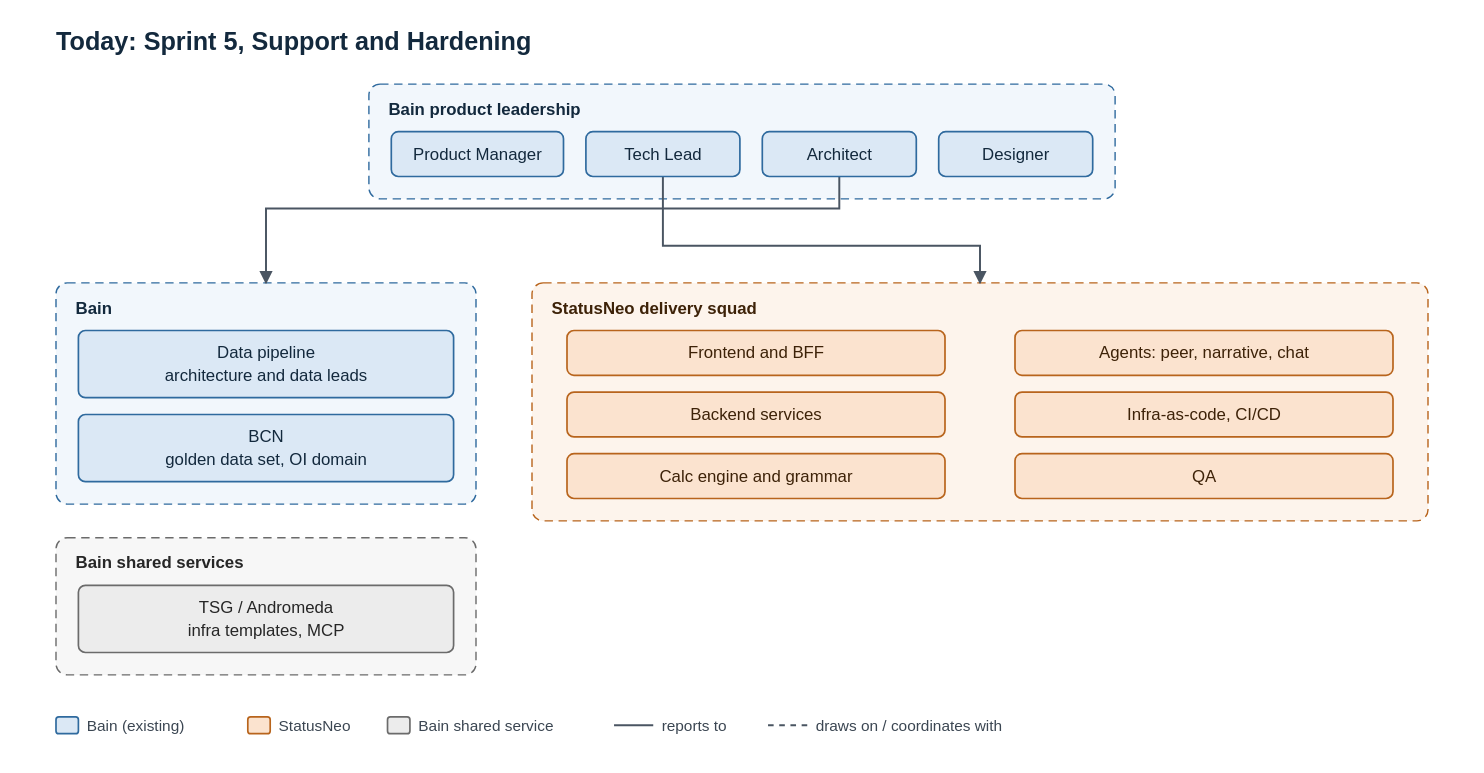
Before: context/post-gls-team-structure/diagrams/01-today.drawio.svg, a diagram exported from draw.io (deanwang-bain/OC-TL). Source tidied: cells renumbered, new cells last; positions are measured from the earlier drawing's top-left corner, leaving out a move shared by most shapes.
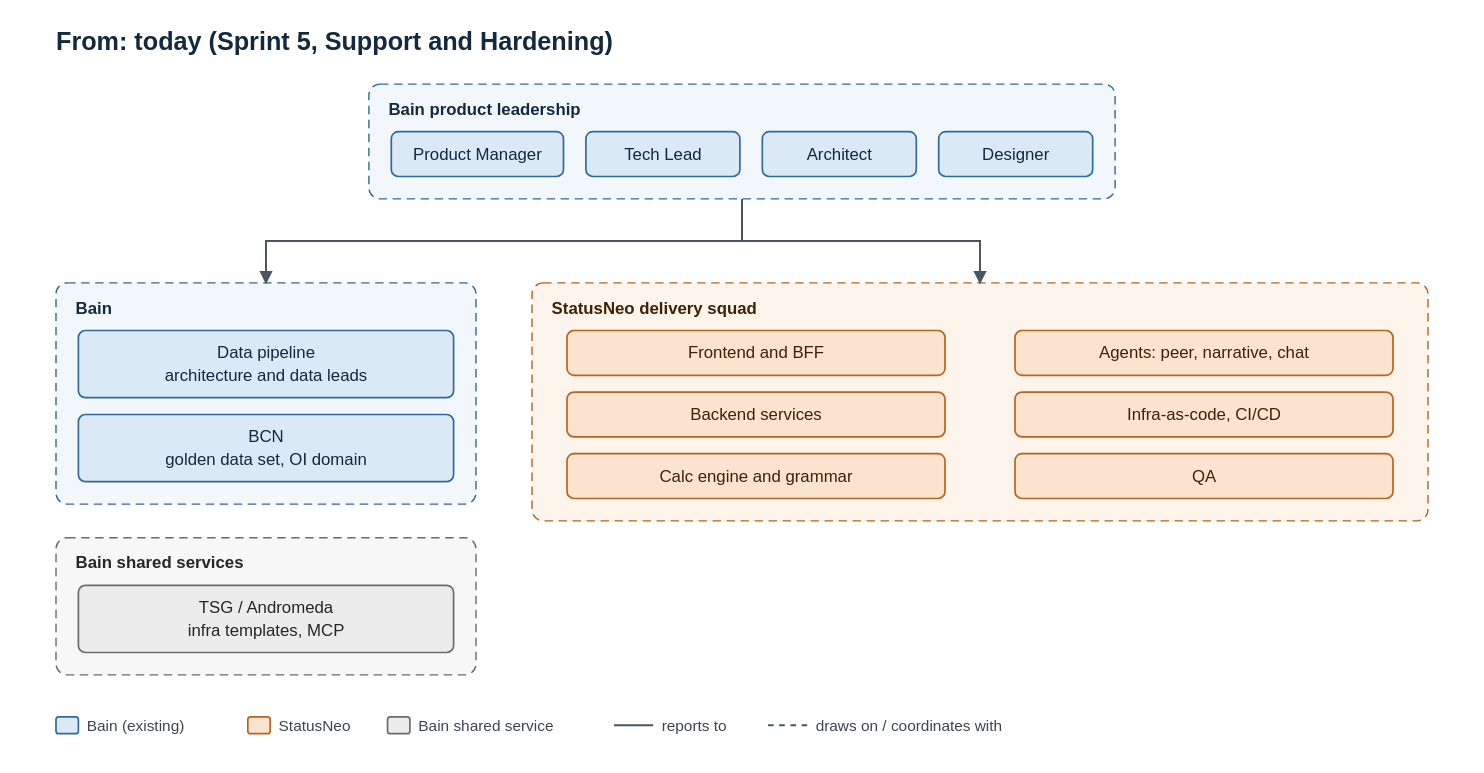
After the change.

The edit, as a diff of the source:
```diff
@@ -2,7 +2,7 @@
   <root>
     <mxCell id="0" />
     <mxCell id="1" parent="0" />
-    <mxCell id="2" value="Today: Sprint 5, Support and Hardening" style="text;html=1;fontSize=18;fontStyle=1;align=left;verticalAlign=middle;fontColor=#13293d;" parent="1" vertex="1">
+    <mxCell id="2" value="From: today (Sprint 5, Support and Hardening)" style="text;html=1;fontSize=18;fontStyle=1;align=left;verticalAlign=middle;fontColor=#13293d;" parent="1" vertex="1">
       <mxGeometry width="900" height="28" as="geometry" />
     </mxCell>
     <mxCell id="3" value="Bain product leadership" style="rounded=1;arcSize=4;whiteSpace=wrap;html=1;dashed=1;fillColor=#f2f7fc;strokeColor=#2f6a9e;fontColor=#13293d;fontStyle=1;align=left;verticalAlign=top;spacingLeft=10;spacingTop=4;" parent="1" vertex="1">
@@ -56,10 +56,10 @@
     <mxCell id="19" value="QA" style="rounded=1;whiteSpace=wrap;html=1;fillColor=#fbe3cf;strokeColor=#b8641c;fontColor=#3d2208;fontSize=12;" parent="1" vertex="1">
       <mxGeometry x="685" y="306" width="270" height="32" as="geometry" />
     </mxCell>
-    <mxCell id="20" style="edgeStyle=orthogonalEdgeStyle;rounded=0;html=1;endArrow=block;endFill=1;strokeColor=#4a5562;" parent="1" edge="1" source="8" target="6">
+    <mxCell id="20" style="edgeStyle=orthogonalEdgeStyle;rounded=0;html=1;endArrow=block;endFill=1;strokeColor=#4a5562;" parent="1" edge="1" source="3" target="6">
       <mxGeometry relative="1" as="geometry" />
     </mxCell>
-    <mxCell id="21" style="edgeStyle=orthogonalEdgeStyle;rounded=0;html=1;endArrow=block;endFill=1;strokeColor=#4a5562;" parent="1" edge="1" source="9" target="4">
+    <mxCell id="21" style="edgeStyle=orthogonalEdgeStyle;rounded=0;html=1;endArrow=block;endFill=1;strokeColor=#4a5562;" parent="1" edge="1" source="3" target="4">
       <mxGeometry relative="1" as="geometry" />
     </mxCell>
     <mxCell id="22" style="rounded=1;fillColor=#dbe8f5;strokeColor=#2f6a9e;" parent="1" vertex="1">
```
